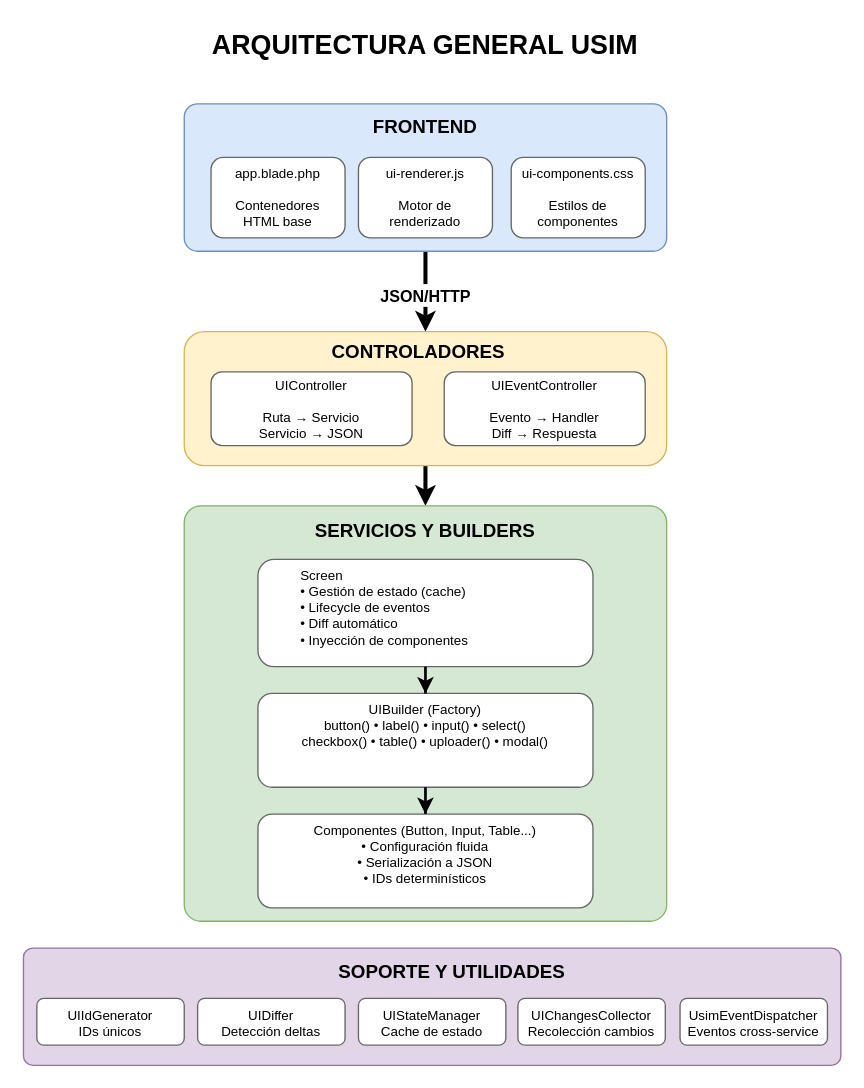
Above: page "2. Arquitectura General" (2 of 4) of docs/framework/USIM_DIAGRAMS.drawio in idei/usim-framework (draw.io), before the change. Source tidied: cells renumbered, new cells numbered last; positions are measured from the earlier drawing's top-left corner, leaving out a move shared by most shapes. Both pictures are drawn from the tidied source at 134%, with x=0, y=0 at pixel (23, 23).
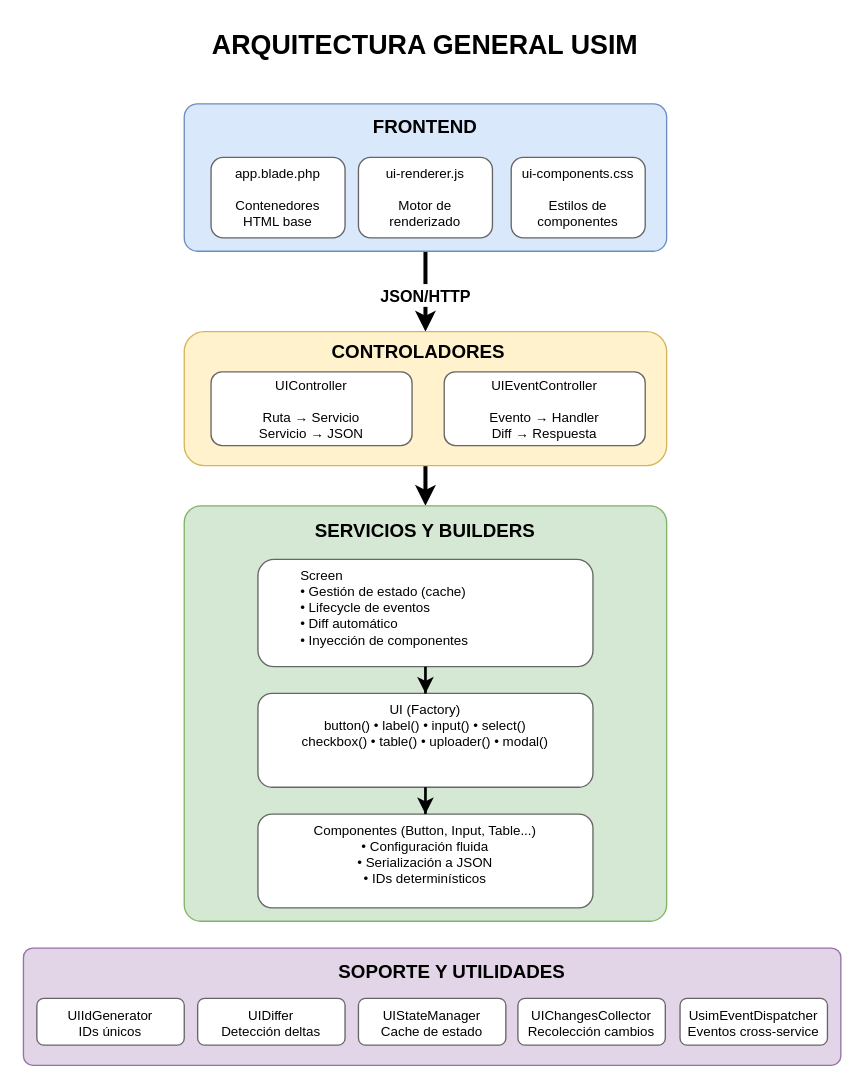
The same diagram, later.

The change refers to these unchanged cells:
```xml
<mxCell id="16" style="group;" parent="1" vertex="1">
  <mxGeometry x="120" y="360" width="360" height="310" as="geometry" />
</mxCell>
```

What changed in the source:
```diff
@@
-    <mxCell id="20" value="UIBuilder (Factory)&#10;button() • label() • input() • select()&#10;checkbox() • table() • uploader() • modal()" style="rounded=1;whiteSpace=wrap;html=1;fillColor=#ffffff;strokeColor=#666666;align=center;fontSize=10;spacingTop=0;spacingBottom=10;verticalAlign=top;" parent="16" vertex="1">
+    <mxCell id="20" value="UI (Factory)&#10;button() • label() • input() • select()&#10;checkbox() • table() • uploader() • modal()" style="rounded=1;whiteSpace=wrap;html=1;fillColor=#ffffff;strokeColor=#666666;align=center;fontSize=10;spacingTop=0;spacingBottom=10;verticalAlign=top;" parent="16" vertex="1">
       <mxGeometry x="55" y="140" width="250" height="70" as="geometry" />
     </mxCell>
```
